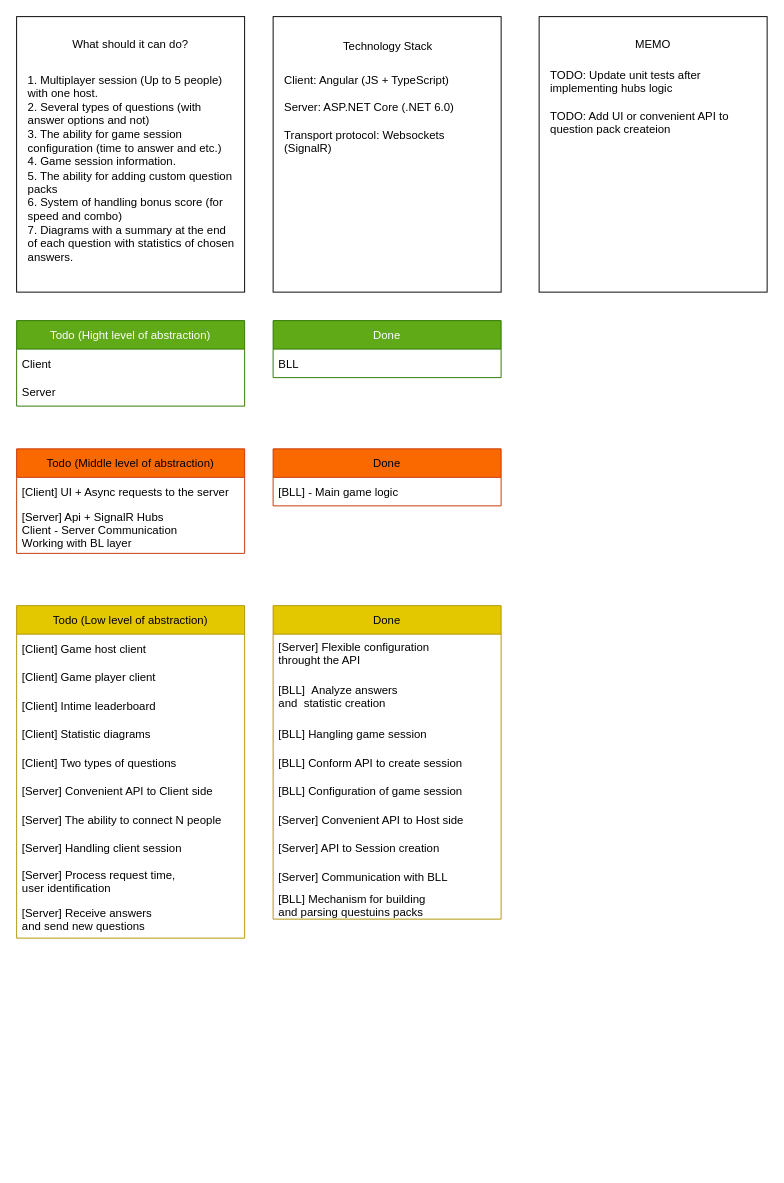
Earlier version of the draw.io diagram Coursework.drawio (Fedoop1/dotnet-quiz-game). Source tidied: cells renumbered, new cells numbered last; positions are measured from the earlier drawing's top-left corner, leaving out a move shared by most shapes. Both pictures are drawn from the tidied source at 95%, with x=0, y=0 at pixel (16, 16).
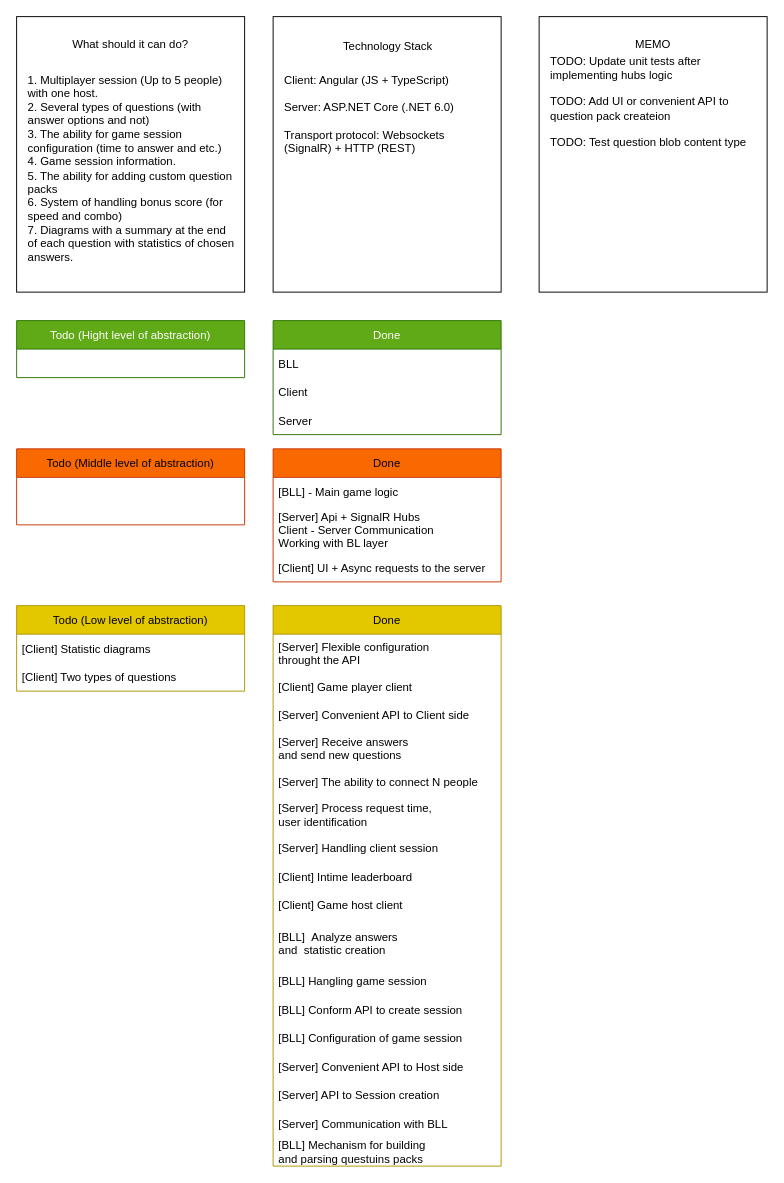
The same page after the edit.

Commit message (it also covers changes not shown here):
Update course work task board

Unchanged cells that the change refers to:
```xml
<mxCell id="6" style="group;" parent="1" vertex="1">
  <mxGeometry x="270" width="240" height="290" as="geometry" />
</mxCell>
<mxCell id="42" style="group;" parent="41" vertex="1">
  <mxGeometry width="240" height="290" as="geometry" />
</mxCell>
```

Change to the diagram source:
```diff
@@
-    <mxCell id="8" value="&lt;div&gt;&lt;span&gt;Client: Angular (JS + TypeScript)&lt;/span&gt;&lt;/div&gt;&lt;div&gt;&lt;span&gt;&lt;br&gt;&lt;/span&gt;&lt;/div&gt;&lt;div&gt;&lt;span&gt;Server: ASP.NET Core (.NET 6.0)&lt;/span&gt;&lt;/div&gt;&lt;div&gt;&lt;span&gt;&lt;br&gt;&lt;/span&gt;&lt;/div&gt;&lt;div&gt;&lt;span&gt;Transport protocol: Websockets&lt;/span&gt;&lt;/div&gt;&lt;div&gt;&lt;span&gt;(SignalR)&lt;br&gt;&lt;br&gt;&lt;/span&gt;&lt;/div&gt;" style="text;html=1;strokeColor=none;fillColor=none;align=left;verticalAlign=middle;whiteSpace=wrap;rounded=0;" parent="6" vertex="1">
+    <mxCell id="8" value="&lt;div&gt;&lt;span&gt;Client: Angular (JS + TypeScript)&lt;/span&gt;&lt;/div&gt;&lt;div&gt;&lt;span&gt;&lt;br&gt;&lt;/span&gt;&lt;/div&gt;&lt;div&gt;&lt;span&gt;Server: ASP.NET Core (.NET 6.0)&lt;/span&gt;&lt;/div&gt;&lt;div&gt;&lt;span&gt;&lt;br&gt;&lt;/span&gt;&lt;/div&gt;&lt;div&gt;&lt;span&gt;Transport protocol: Websockets&lt;/span&gt;&lt;/div&gt;&lt;div&gt;&lt;span&gt;(SignalR) + HTTP (REST)&lt;br&gt;&lt;br&gt;&lt;/span&gt;&lt;/div&gt;" style="text;html=1;strokeColor=none;fillColor=none;align=left;verticalAlign=middle;whiteSpace=wrap;rounded=0;" parent="6" vertex="1">
       <mxGeometry x="10" y="50" width="220" height="120" as="geometry" />
     </mxCell>
@@
     <mxCell id="10" value="Todo (Hight level of abstraction)" style="swimlane;fontStyle=0;horizontal=1;startSize=30;fillColor=#60a917;fontColor=#ffffff;strokeColor=#2D7600;" parent="1" vertex="1">
-      <mxGeometry y="320" width="240" height="90" as="geometry" />
+      <mxGeometry y="320" width="240" height="60" as="geometry" />
     </mxCell>
+    <mxCell id="13" value="Done" style="swimlane;fontStyle=0;horizontal=1;startSize=30;fillColor=#60a917;strokeColor=#2D7600;fontColor=#ffffff;" parent="1" vertex="1">
+      <mxGeometry x="270" y="320" width="240" height="120" as="geometry" />
+    </mxCell>
+    <mxCell id="14" value="BLL" style="text;strokeColor=none;fillColor=none;align=left;verticalAlign=middle;spacingLeft=4;spacingRight=4;overflow=hidden;" parent="13" vertex="1">
+      <mxGeometry y="30" width="240" height="30" as="geometry" />
+    </mxCell>
-    <mxCell id="11" value="Client" style="text;strokeColor=none;fillColor=none;align=left;verticalAlign=middle;spacingLeft=4;spacingRight=4;overflow=hidden;" parent="10" vertex="1">
-      <mxGeometry y="30" width="240" height="30" as="geometry" />
+    <mxCell id="11" value="Client" style="text;strokeColor=none;fillColor=none;align=left;verticalAlign=middle;spacingLeft=4;spacingRight=4;overflow=hidden;" parent="13" vertex="1">
+      <mxGeometry y="60" width="240" height="30" as="geometry" />
     </mxCell>
-    <mxCell id="12" value="Server" style="text;strokeColor=none;fillColor=none;align=left;verticalAlign=middle;spacingLeft=4;spacingRight=4;overflow=hidden;" parent="10" vertex="1">
-      <mxGeometry y="60" width="240" height="30" as="geometry" />
+    <mxCell id="12" value="Server" style="text;strokeColor=none;fillColor=none;align=left;verticalAlign=middle;spacingLeft=4;spacingRight=4;overflow=hidden;" parent="13" vertex="1">
+      <mxGeometry y="90" width="240" height="30" as="geometry" />
     </mxCell>
-    <mxCell id="13" value="Done" style="swimlane;fontStyle=0;horizontal=1;startSize=30;fillColor=#60a917;strokeColor=#2D7600;fontColor=#ffffff;" parent="1" vertex="1">
-      <mxGeometry x="270" y="320" width="240" height="60" as="geometry" />
-    </mxCell>
-    <mxCell id="14" value="BLL" style="text;strokeColor=none;fillColor=none;align=left;verticalAlign=middle;spacingLeft=4;spacingRight=4;overflow=hidden;" parent="13" vertex="1">
-      <mxGeometry y="30" width="240" height="30" as="geometry" />
-    </mxCell>
     <mxCell id="15" value="Todo (Middle level of abstraction)" style="swimlane;fontStyle=0;horizontal=1;startSize=30;fillColor=#fa6800;fontColor=#000000;strokeColor=#C73500;" parent="1" vertex="1">
-      <mxGeometry y="455" width="240" height="110" as="geometry" />
+      <mxGeometry y="455" width="240" height="80" as="geometry" />
     </mxCell>
-    <mxCell id="16" value="[Client] UI + Async requests to the server" style="text;strokeColor=none;fillColor=none;align=left;verticalAlign=middle;spacingLeft=4;spacingRight=4;overflow=hidden;" parent="15" vertex="1">
-      <mxGeometry y="30" width="240" height="30" as="geometry" />
-    </mxCell>
-    <mxCell id="17" value="[Server] Api + SignalR Hubs&#10;Client - Server Communication&#10;Working with BL layer" style="text;strokeColor=none;fillColor=none;align=left;verticalAlign=middle;spacingLeft=4;spacingRight=4;overflow=hidden;" parent="15" vertex="1">
-      <mxGeometry y="60" width="240" height="50" as="geometry" />
-    </mxCell>
     <mxCell id="18" value="Done" style="swimlane;fontStyle=0;horizontal=1;startSize=30;fillColor=#fa6800;strokeColor=#C73500;fontColor=#000000;" parent="1" vertex="1">
-      <mxGeometry x="270" y="455" width="240" height="60" as="geometry" />
+      <mxGeometry x="270" y="455" width="240" height="140" as="geometry" />
     </mxCell>
@@
+    <mxCell id="17" value="[Server] Api + SignalR Hubs&#10;Client - Server Communication&#10;Working with BL layer" style="text;strokeColor=none;fillColor=none;align=left;verticalAlign=middle;spacingLeft=4;spacingRight=4;overflow=hidden;" parent="18" vertex="1">
+      <mxGeometry y="60" width="240" height="50" as="geometry" />
+    </mxCell>
+    <mxCell id="16" value="[Client] UI + Async requests to the server" style="text;strokeColor=none;fillColor=none;align=left;verticalAlign=middle;spacingLeft=4;spacingRight=4;overflow=hidden;" parent="18" vertex="1">
+      <mxGeometry y="110" width="240" height="30" as="geometry" />
+    </mxCell>
     <mxCell id="20" value="Todo (Low level of abstraction)" style="swimlane;fontStyle=0;horizontal=1;startSize=30;fillColor=#e3c800;strokeColor=#B09500;fontColor=#000000;" parent="1" vertex="1">
-      <mxGeometry y="620" width="240" height="350" as="geometry" />
+      <mxGeometry y="620" width="240" height="90" as="geometry" />
     </mxCell>
-    <mxCell id="21" value="[Client] Game host client" style="text;strokeColor=none;fillColor=none;align=left;verticalAlign=middle;spacingLeft=4;spacingRight=4;overflow=hidden;" parent="20" vertex="1">
-      <mxGeometry y="30" width="240" height="30" as="geometry" />
-    </mxCell>
-    <mxCell id="22" value="[Client] Game player client" style="text;strokeColor=none;fillColor=none;align=left;verticalAlign=middle;spacingLeft=4;spacingRight=4;overflow=hidden;" parent="20" vertex="1">
-      <mxGeometry y="60" width="240" height="30" as="geometry" />
-    </mxCell>
-    <mxCell id="23" value="[Client] Intime leaderboard" style="text;strokeColor=none;fillColor=none;align=left;verticalAlign=middle;spacingLeft=4;spacingRight=4;overflow=hidden;" parent="20" vertex="1">
-      <mxGeometry y="90" width="240" height="30" as="geometry" />
-    </mxCell>
     <mxCell id="24" value="[Client] Statistic diagrams" style="text;strokeColor=none;fillColor=none;align=left;verticalAlign=middle;spacingLeft=4;spacingRight=4;overflow=hidden;" parent="20" vertex="1">
-      <mxGeometry y="120" width="240" height="30" as="geometry" />
+      <mxGeometry y="30" width="240" height="30" as="geometry" />
     </mxCell>
     <mxCell id="25" value="[Client] Two types of questions" style="text;strokeColor=none;fillColor=none;align=left;verticalAlign=middle;spacingLeft=4;spacingRight=4;overflow=hidden;" parent="20" vertex="1">
-      <mxGeometry y="150" width="240" height="30" as="geometry" />
+      <mxGeometry y="60" width="240" height="30" as="geometry" />
     </mxCell>
-    <mxCell id="26" value="[Server] Convenient API to Client side" style="text;strokeColor=none;fillColor=none;align=left;verticalAlign=middle;spacingLeft=4;spacingRight=4;overflow=hidden;" parent="20" vertex="1">
-      <mxGeometry y="180" width="240" height="30" as="geometry" />
-    </mxCell>
-    <mxCell id="27" value="[Server] The ability to connect N people" style="text;strokeColor=none;fillColor=none;align=left;verticalAlign=middle;spacingLeft=4;spacingRight=4;overflow=hidden;" parent="20" vertex="1">
-      <mxGeometry y="210" width="240" height="30" as="geometry" />
-    </mxCell>
-    <mxCell id="28" value="[Server] Handling client session" style="text;strokeColor=none;fillColor=none;align=left;verticalAlign=middle;spacingLeft=4;spacingRight=4;overflow=hidden;" parent="20" vertex="1">
-      <mxGeometry y="240" width="240" height="30" as="geometry" />
-    </mxCell>
-    <mxCell id="29" value="[Server] Process request time, &#10;user identification" style="text;strokeColor=none;fillColor=none;align=left;verticalAlign=middle;spacingLeft=4;spacingRight=4;overflow=hidden;" parent="20" vertex="1">
-      <mxGeometry y="270" width="240" height="40" as="geometry" />
-    </mxCell>
-    <mxCell id="30" value="[Server] Receive answers &#10;and send new questions" style="text;strokeColor=none;fillColor=none;align=left;verticalAlign=middle;spacingLeft=4;spacingRight=4;overflow=hidden;" parent="20" vertex="1">
-      <mxGeometry y="310" width="240" height="40" as="geometry" />
-    </mxCell>
     <mxCell id="31" value="Done" style="swimlane;fontStyle=0;horizontal=1;startSize=30;fillColor=#e3c800;strokeColor=#B09500;fontColor=#000000;" parent="1" vertex="1">
-      <mxGeometry x="270" y="620" width="240" height="330" as="geometry" />
+      <mxGeometry x="270" y="620" width="240" height="590" as="geometry" />
     </mxCell>
@@
+    <mxCell id="22" value="[Client] Game player client" style="text;strokeColor=none;fillColor=none;align=left;verticalAlign=middle;spacingLeft=4;spacingRight=4;overflow=hidden;" parent="31" vertex="1">
+      <mxGeometry y="70" width="240" height="30" as="geometry" />
+    </mxCell>
+    <mxCell id="26" value="[Server] Convenient API to Client side" style="text;strokeColor=none;fillColor=none;align=left;verticalAlign=middle;spacingLeft=4;spacingRight=4;overflow=hidden;" parent="31" vertex="1">
+      <mxGeometry y="100" width="240" height="30" as="geometry" />
+    </mxCell>
+    <mxCell id="30" value="[Server] Receive answers &#10;and send new questions" style="text;strokeColor=none;fillColor=none;align=left;verticalAlign=middle;spacingLeft=4;spacingRight=4;overflow=hidden;" parent="31" vertex="1">
+      <mxGeometry y="130" width="240" height="40" as="geometry" />
+    </mxCell>
+    <mxCell id="27" value="[Server] The ability to connect N people" style="text;strokeColor=none;fillColor=none;align=left;verticalAlign=middle;spacingLeft=4;spacingRight=4;overflow=hidden;" parent="31" vertex="1">
+      <mxGeometry y="170" width="240" height="30" as="geometry" />
+    </mxCell>
+    <mxCell id="29" value="[Server] Process request time, &#10;user identification" style="text;strokeColor=none;fillColor=none;align=left;verticalAlign=middle;spacingLeft=4;spacingRight=4;overflow=hidden;" parent="31" vertex="1">
+      <mxGeometry y="200" width="240" height="40" as="geometry" />
+    </mxCell>
+    <mxCell id="28" value="[Server] Handling client session" style="text;strokeColor=none;fillColor=none;align=left;verticalAlign=middle;spacingLeft=4;spacingRight=4;overflow=hidden;" parent="31" vertex="1">
+      <mxGeometry y="240" width="240" height="30" as="geometry" />
+    </mxCell>
+    <mxCell id="23" value="[Client] Intime leaderboard" style="text;strokeColor=none;fillColor=none;align=left;verticalAlign=middle;spacingLeft=4;spacingRight=4;overflow=hidden;" parent="31" vertex="1">
+      <mxGeometry y="270" width="240" height="30" as="geometry" />
+    </mxCell>
+    <mxCell id="21" value="[Client] Game host client" style="text;strokeColor=none;fillColor=none;align=left;verticalAlign=middle;spacingLeft=4;spacingRight=4;overflow=hidden;" parent="31" vertex="1">
+      <mxGeometry y="300" width="240" height="30" as="geometry" />
+    </mxCell>
     <mxCell id="33" value="[BLL]  Analyze answers &#10;and  statistic creation" style="text;strokeColor=none;fillColor=none;align=left;verticalAlign=middle;spacingLeft=4;spacingRight=4;overflow=hidden;" parent="31" vertex="1">
-      <mxGeometry y="70" width="240" height="50" as="geometry" />
+      <mxGeometry y="330" width="240" height="50" as="geometry" />
     </mxCell>
     <mxCell id="34" value="[BLL] Hangling game session" style="text;strokeColor=none;fillColor=none;align=left;verticalAlign=middle;spacingLeft=4;spacingRight=4;overflow=hidden;" parent="31" vertex="1">
-      <mxGeometry y="120" width="240" height="30" as="geometry" />
+      <mxGeometry y="380" width="240" height="30" as="geometry" />
     </mxCell>
     <mxCell id="35" value="[BLL] Conform API to create session" style="text;strokeColor=none;fillColor=none;align=left;verticalAlign=middle;spacingLeft=4;spacingRight=4;overflow=hidden;" parent="31" vertex="1">
-      <mxGeometry y="150" width="240" height="30" as="geometry" />
+      <mxGeometry y="410" width="240" height="30" as="geometry" />
     </mxCell>
     <mxCell id="36" value="[BLL] Configuration of game session" style="text;strokeColor=none;fillColor=none;align=left;verticalAlign=middle;spacingLeft=4;spacingRight=4;overflow=hidden;" parent="31" vertex="1">
-      <mxGeometry y="180" width="240" height="30" as="geometry" />
+      <mxGeometry y="440" width="240" height="30" as="geometry" />
     </mxCell>
     <mxCell id="37" value="[Server] Convenient API to Host side" style="text;strokeColor=none;fillColor=none;align=left;verticalAlign=middle;spacingLeft=4;spacingRight=4;overflow=hidden;" parent="31" vertex="1">
-      <mxGeometry y="210" width="240" height="30" as="geometry" />
+      <mxGeometry y="470" width="240" height="30" as="geometry" />
     </mxCell>
     <mxCell id="38" value="[Server] API to Session creation" style="text;strokeColor=none;fillColor=none;align=left;verticalAlign=middle;spacingLeft=4;spacingRight=4;overflow=hidden;" parent="31" vertex="1">
-      <mxGeometry y="240" width="240" height="30" as="geometry" />
+      <mxGeometry y="500" width="240" height="30" as="geometry" />
     </mxCell>
     <mxCell id="39" value="[Server] Communication with BLL" style="text;strokeColor=none;fillColor=none;align=left;verticalAlign=middle;spacingLeft=4;spacingRight=4;overflow=hidden;" parent="31" vertex="1">
-      <mxGeometry y="270" width="240" height="30" as="geometry" />
+      <mxGeometry y="530" width="240" height="30" as="geometry" />
     </mxCell>
     <mxCell id="40" value="[BLL] Mechanism for building&#10;and parsing questuins packs" style="text;strokeColor=none;fillColor=none;align=left;verticalAlign=middle;spacingLeft=4;spacingRight=4;overflow=hidden;" parent="31" vertex="1">
-      <mxGeometry y="300" width="240" height="30" as="geometry" />
+      <mxGeometry y="560" width="240" height="30" as="geometry" />
     </mxCell>
@@
-    <mxCell id="45" value="TODO: Update unit tests after&lt;br&gt;implementing hubs logic&lt;br&gt;&lt;br&gt;TODO: Add UI or convenient API to question pack createion" style="text;html=1;strokeColor=none;fillColor=none;align=left;verticalAlign=middle;whiteSpace=wrap;rounded=0;" parent="42" vertex="1">
+    <mxCell id="45" value="TODO: Update unit tests after&lt;br&gt;implementing hubs logic&lt;br&gt;&lt;br&gt;TODO: Add UI or convenient API to question pack createion&lt;br&gt;&lt;br&gt;TODO: Test question blob content type" style="text;html=1;strokeColor=none;fillColor=none;align=left;verticalAlign=middle;whiteSpace=wrap;rounded=0;" parent="42" vertex="1">
       <mxGeometry x="10" y="50" width="220" height="80" as="geometry" />
     </mxCell>
```
